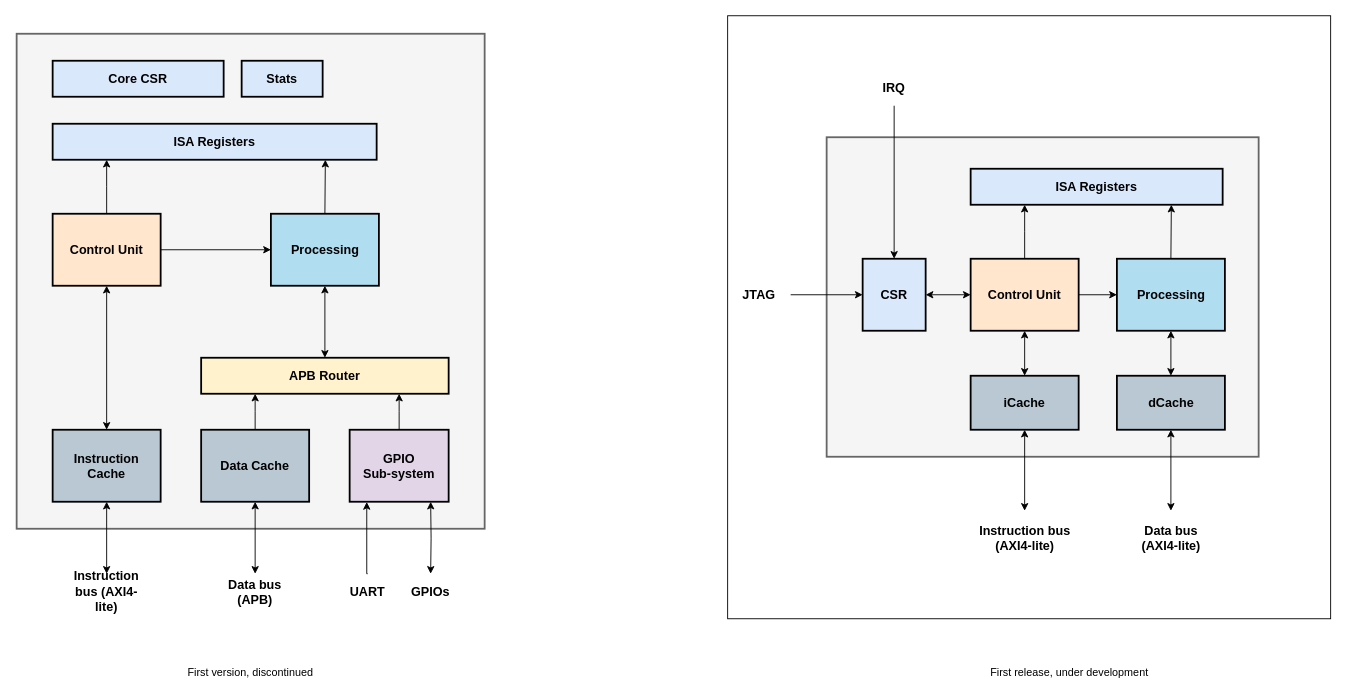
This is page "Core" (1 of 8) of doc/friscv.drawio from dpretet/friscv, a draw.io file, before an edit. Source tidied: cells renumbered, new cells numbered last; positions are measured from the earlier drawing's top-left corner, leaving out a move shared by most shapes. Both pictures are drawn from the tidied source at 90%, with x=0, y=0 at pixel (16, 15).
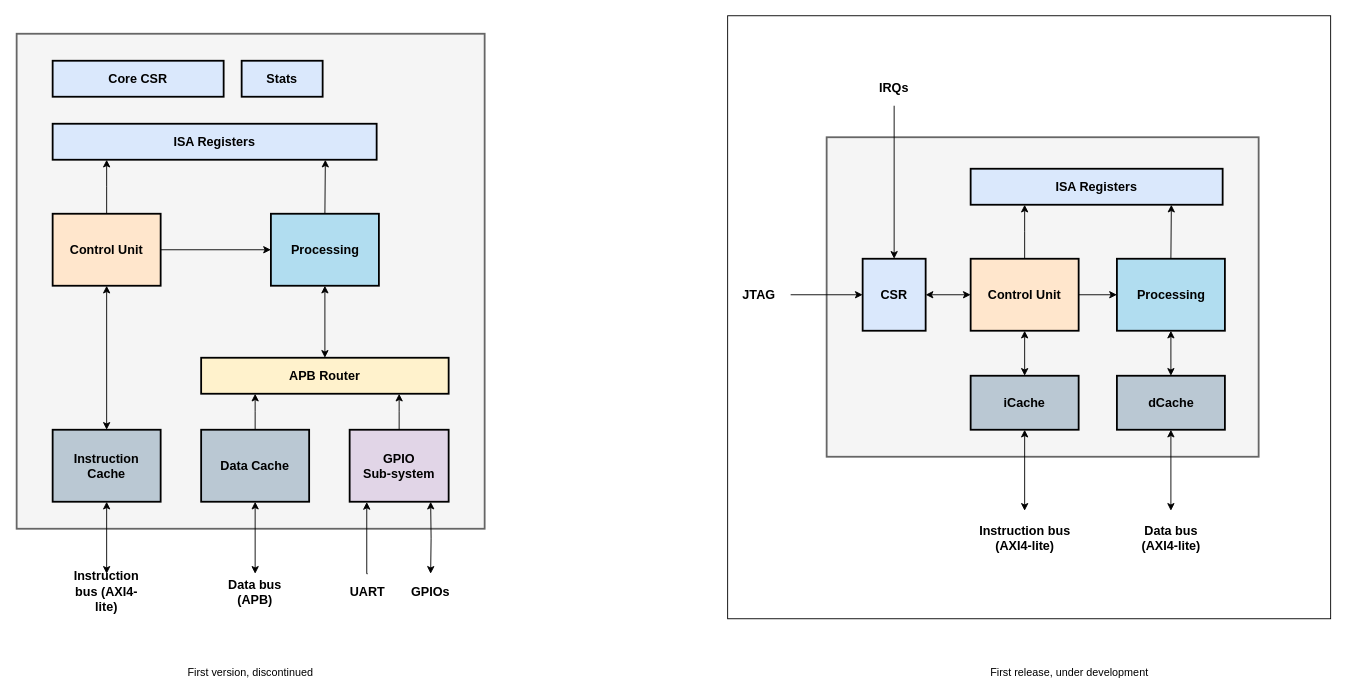
The same diagram, later.

Diff of the diagram source:
```diff
@@
-    <mxCell id="49" value="IRQ" style="text;html=1;strokeColor=none;fillColor=none;align=center;verticalAlign=middle;whiteSpace=wrap;rounded=0;fontStyle=1;fontSize=14;" parent="1" vertex="1">
+    <mxCell id="49" value="IRQs" style="text;html=1;strokeColor=none;fillColor=none;align=center;verticalAlign=middle;whiteSpace=wrap;rounded=0;fontStyle=1;fontSize=14;" parent="1" vertex="1">
       <mxGeometry x="940" y="60" width="70" height="40" as="geometry" />
     </mxCell>
```
